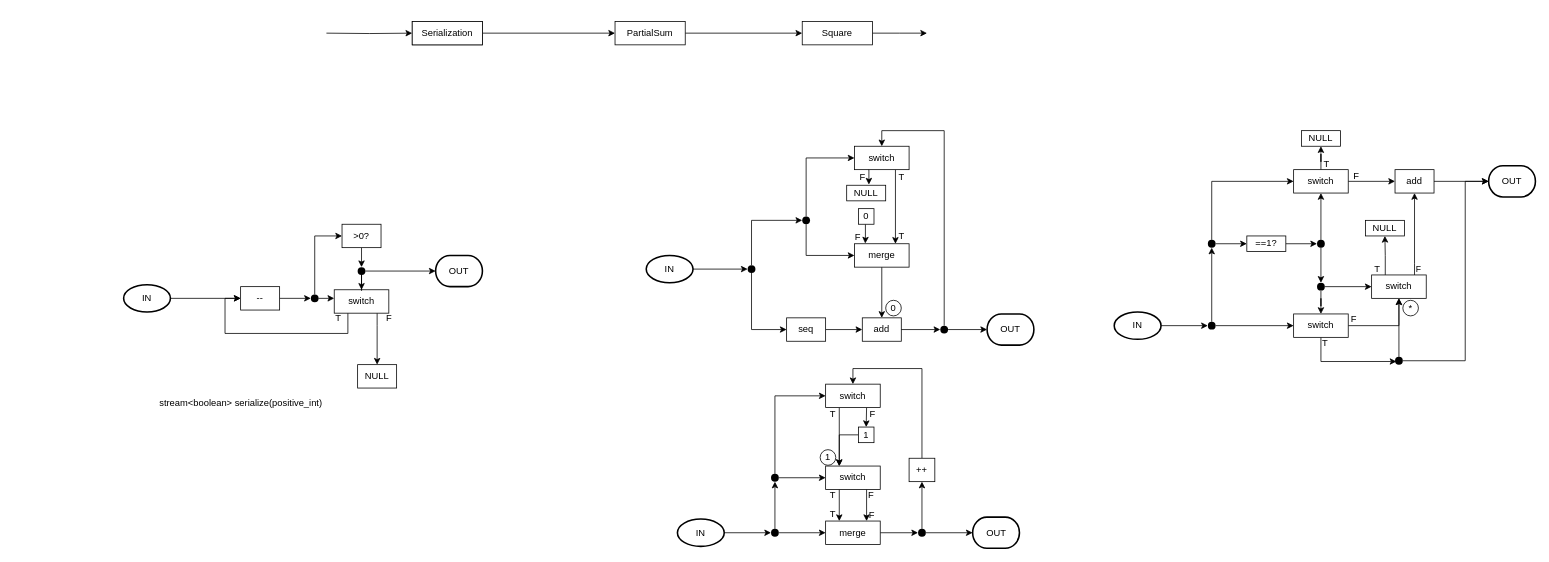
The draw.io diagram dataflow_2.drawio in dezhic/Dataflow, before the edit. Source tidied: cells renumbered, new cells numbered last; positions are measured from the earlier drawing's top-left corner, leaving out a move shared by most shapes. Both pictures are drawn from the tidied source at 78%, with x=0, y=0 at pixel (123, 21).
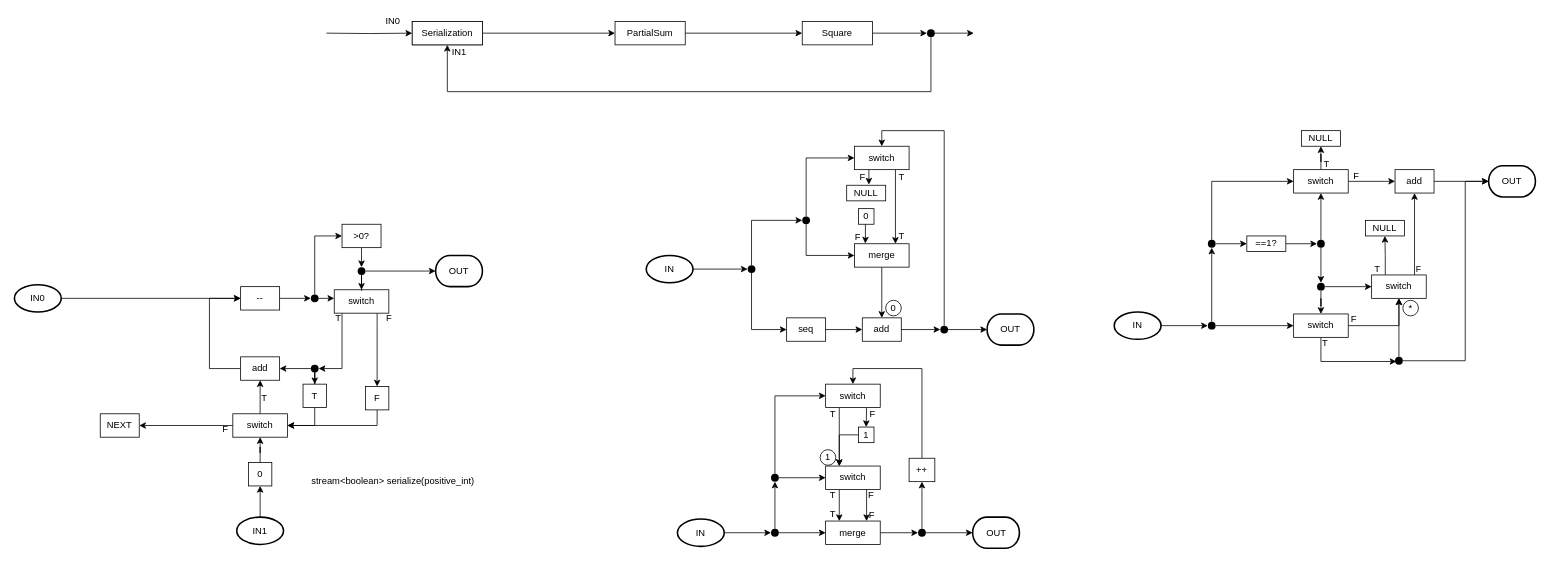
Above is the later version.

Commit message:
Limit capacity

The change refers to these unchanged cells:
```xml
<mxCell id="8" value="Square" style="rounded=0;whiteSpace=wrap;html=1;" parent="1" vertex="1">
  <mxGeometry x="870" width="90" height="30" as="geometry" />
</mxCell>
<mxCell id="9" value="Serialization" style="rounded=0;whiteSpace=wrap;html=1;" parent="1" vertex="1">
  <mxGeometry x="370" width="90" height="30" as="geometry" />
</mxCell>
<mxCell id="12" value="--" style="rounded=0;whiteSpace=wrap;html=1;" parent="1" vertex="1">
  <mxGeometry x="150" y="340" width="50" height="30" as="geometry" />
</mxCell>
<mxCell id="20" value="switch" style="rounded=0;whiteSpace=wrap;html=1;" parent="1" vertex="1">
  <mxGeometry x="270" y="344" width="70" height="30" as="geometry" />
</mxCell>
```

What changed in the source:
```diff
@@
-    <mxCell id="7" style="edgeStyle=orthogonalEdgeStyle;rounded=0;jettySize=auto;html=1;" parent="1" edge="1" source="8">
-      <mxGeometry relative="1" as="geometry">
-        <mxPoint x="1030" y="15" as="targetPoint" />
-      </mxGeometry>
+    <mxCell id="7" style="edgeStyle=orthogonalEdgeStyle;rounded=0;jettySize=auto;html=1;entryX=0;entryY=0.5;entryDx=0;entryDy=0;" parent="1" edge="1" source="8" target="134">
+      <mxGeometry relative="1" as="geometry" />
     </mxCell>
@@
-    <mxCell id="18" style="edgeStyle=orthogonalEdgeStyle;rounded=0;jettySize=auto;html=1;exitX=0.25;exitY=1;exitDx=0;exitDy=0;entryX=0;entryY=0.5;entryDx=0;entryDy=0;" parent="1" edge="1" source="20" target="12">
-      <mxGeometry relative="1" as="geometry">
-        <Array as="points">
-          <mxPoint x="288" y="400" />
-          <mxPoint x="130" y="400" />
-          <mxPoint x="130" y="355" />
-        </Array>
-      </mxGeometry>
-    </mxCell>
@@
+    <mxCell id="130" style="edgeStyle=orthogonalEdgeStyle;rounded=0;jettySize=auto;html=1;entryX=1;entryY=0.5;entryDx=0;entryDy=0;" parent="1" edge="1" source="20" target="150">
+      <mxGeometry relative="1" as="geometry">
+        <Array as="points">
+          <mxPoint x="280" y="445" />
+        </Array>
+      </mxGeometry>
+    </mxCell>
@@
+    <mxCell id="131" style="edgeStyle=orthogonalEdgeStyle;rounded=0;jettySize=auto;html=1;entryX=1;entryY=0.5;entryDx=0;entryDy=0;" parent="1" edge="1" source="24" target="145">
+      <mxGeometry relative="1" as="geometry">
+        <Array as="points">
+          <mxPoint x="325" y="518" />
+        </Array>
+      </mxGeometry>
+    </mxCell>
-    <mxCell id="24" value="NULL" style="rounded=0;whiteSpace=wrap;html=1;" parent="1" vertex="1">
-      <mxGeometry x="300" y="440" width="50" height="30" as="geometry" />
+    <mxCell id="24" value="F" style="rounded=0;whiteSpace=wrap;html=1;" parent="1" vertex="1">
+      <mxGeometry x="310" y="468" width="30" height="30" as="geometry" />
     </mxCell>
@@
-    <mxCell id="27" value="IN" style="strokeWidth=2;html=1;shape=mxgraph.flowchart.start_1;whiteSpace=wrap;" parent="1" vertex="1">
-      <mxGeometry y="337.5" width="60" height="35" as="geometry" />
+    <mxCell id="27" value="IN0" style="strokeWidth=2;html=1;shape=mxgraph.flowchart.start_1;whiteSpace=wrap;" parent="1" vertex="1">
+      <mxGeometry x="-140" y="337.5" width="60" height="35" as="geometry" />
     </mxCell>
@@
     <mxCell id="116" value="stream&amp;lt;boolean&amp;gt; serialize(positive_int)" style="text;html=1;align=center;verticalAlign=middle;" parent="1" vertex="1">
-      <mxGeometry x="40" y="480" width="220" height="20" as="geometry" />
+      <mxGeometry x="235" y="580" width="220" height="20" as="geometry" />
     </mxCell>
@@
+    <mxCell id="132" style="edgeStyle=orthogonalEdgeStyle;rounded=0;jettySize=auto;html=1;" parent="1" edge="1" source="134">
+      <mxGeometry relative="1" as="geometry">
+        <mxPoint x="1090" y="15" as="targetPoint" />
+      </mxGeometry>
+    </mxCell>
+    <mxCell id="133" style="edgeStyle=orthogonalEdgeStyle;rounded=0;jettySize=auto;html=1;entryX=0.5;entryY=1;entryDx=0;entryDy=0;" parent="1" edge="1" source="134" target="9">
+      <mxGeometry relative="1" as="geometry">
+        <Array as="points">
+          <mxPoint x="1035" y="90" />
+          <mxPoint x="415" y="90" />
+        </Array>
+      </mxGeometry>
+    </mxCell>
+    <mxCell id="134" style="ellipse;fillColor=#000000;strokeColor=none;" parent="1" vertex="1">
+      <mxGeometry x="1030" y="10" width="10" height="10" as="geometry" />
+    </mxCell>
+    <mxCell id="135" style="edgeStyle=orthogonalEdgeStyle;rounded=0;jettySize=auto;html=1;" parent="1" edge="1" source="136" target="12">
+      <mxGeometry relative="1" as="geometry">
+        <Array as="points">
+          <mxPoint x="110" y="445" />
+          <mxPoint x="110" y="355" />
+        </Array>
+      </mxGeometry>
+    </mxCell>
+    <mxCell id="136" value="add" style="rounded=0;whiteSpace=wrap;html=1;" parent="1" vertex="1">
+      <mxGeometry x="150" y="430" width="50" height="30" as="geometry" />
+    </mxCell>
+    <mxCell id="137" style="edgeStyle=orthogonalEdgeStyle;rounded=0;jettySize=auto;html=1;" parent="1" edge="1" source="138" target="145">
+      <mxGeometry relative="1" as="geometry" />
+    </mxCell>
+    <mxCell id="138" value="0" style="rounded=0;whiteSpace=wrap;html=1;" parent="1" vertex="1">
+      <mxGeometry x="160" y="565.5" width="30" height="30" as="geometry" />
+    </mxCell>
+    <mxCell id="139" style="edgeStyle=orthogonalEdgeStyle;rounded=0;jettySize=auto;html=1;" parent="1" edge="1" source="140" target="138">
+      <mxGeometry relative="1" as="geometry" />
+    </mxCell>
+    <mxCell id="140" value="IN1" style="strokeWidth=2;html=1;shape=mxgraph.flowchart.start_1;whiteSpace=wrap;" parent="1" vertex="1">
+      <mxGeometry x="145" y="635.5" width="60" height="35" as="geometry" />
+    </mxCell>
+    <mxCell id="141" value="IN1" style="text;html=1;align=center;verticalAlign=middle;" parent="1" vertex="1">
+      <mxGeometry x="415" y="30" width="30" height="20" as="geometry" />
+    </mxCell>
+    <mxCell id="142" value="IN0" style="text;html=1;align=center;verticalAlign=middle;" parent="1" vertex="1">
+      <mxGeometry x="330" y="-10" width="30" height="20" as="geometry" />
+    </mxCell>
+    <mxCell id="143" style="edgeStyle=orthogonalEdgeStyle;rounded=0;jettySize=auto;html=1;" parent="1" edge="1" source="145" target="136">
+      <mxGeometry relative="1" as="geometry" />
+    </mxCell>
+    <mxCell id="144" style="edgeStyle=orthogonalEdgeStyle;rounded=0;jettySize=auto;html=1;" parent="1" edge="1" source="145" target="147">
+      <mxGeometry relative="1" as="geometry" />
+    </mxCell>
+    <mxCell id="145" value="switch" style="rounded=0;whiteSpace=wrap;html=1;" parent="1" vertex="1">
+      <mxGeometry x="140" y="503" width="70" height="30" as="geometry" />
+    </mxCell>
+    <mxCell id="146" value="T" style="text;html=1;align=center;verticalAlign=middle;" parent="1" vertex="1">
+      <mxGeometry x="170" y="473" width="20" height="20" as="geometry" />
+    </mxCell>
+    <mxCell id="147" value="NEXT" style="rounded=0;whiteSpace=wrap;html=1;" parent="1" vertex="1">
+      <mxGeometry x="-30" y="503" width="50" height="30" as="geometry" />
+    </mxCell>
+    <mxCell id="148" style="edgeStyle=orthogonalEdgeStyle;rounded=0;jettySize=auto;html=1;" parent="1" edge="1" source="150" target="136">
+      <mxGeometry relative="1" as="geometry" />
+    </mxCell>
+    <mxCell id="149" style="edgeStyle=orthogonalEdgeStyle;rounded=0;jettySize=auto;html=1;" parent="1" edge="1" source="150" target="153">
+      <mxGeometry relative="1" as="geometry" />
+    </mxCell>
+    <mxCell id="150" style="ellipse;fillColor=#000000;strokeColor=none;" parent="1" vertex="1">
+      <mxGeometry x="240" y="440" width="10" height="10" as="geometry" />
+    </mxCell>
+    <mxCell id="151" value="F" style="text;html=1;align=center;verticalAlign=middle;" parent="1" vertex="1">
+      <mxGeometry x="120" y="513" width="20" height="20" as="geometry" />
+    </mxCell>
+    <mxCell id="152" style="edgeStyle=orthogonalEdgeStyle;rounded=0;jettySize=auto;html=1;" parent="1" edge="1" source="153" target="145">
+      <mxGeometry relative="1" as="geometry">
+        <Array as="points">
+          <mxPoint x="245" y="518" />
+        </Array>
+      </mxGeometry>
+    </mxCell>
+    <mxCell id="153" value="T" style="rounded=0;whiteSpace=wrap;html=1;" parent="1" vertex="1">
+      <mxGeometry x="230" y="465" width="30" height="30" as="geometry" />
+    </mxCell>
```
